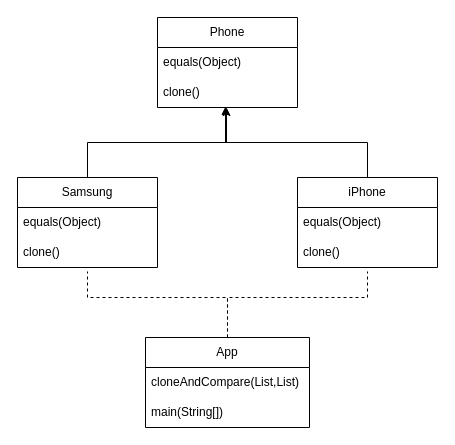
The draw.io diagram src/Generative/Prototype.drawio in NikitaFoshch/UML, before the edit. Source tidied: cells renumbered, new cells numbered last; positions are measured from the earlier drawing's top-left corner, leaving out a move shared by most shapes. Both pictures are drawn from the tidied source at 100%, with x=0, y=0 at pixel (17, 17).
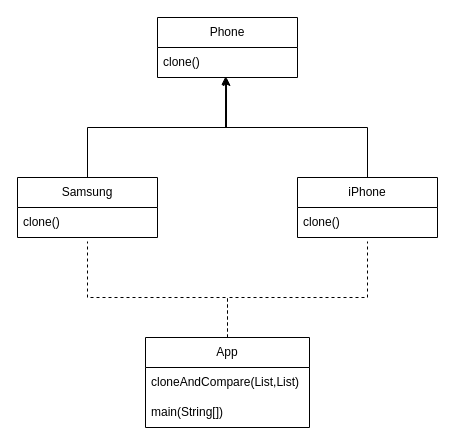
After the change.

The edit, as a diff of the source:
```diff
@@
     <mxCell id="2" value="Phone" style="swimlane;fontStyle=0;horizontal=1;startSize=30;whiteSpace=wrap;html=1;" parent="1" vertex="1">
-      <mxGeometry x="140" width="140" height="90" as="geometry" />
+      <mxGeometry x="140" width="140" height="60" as="geometry" />
     </mxCell>
-    <mxCell id="3" value="equals(Object)" style="text;strokeColor=none;fillColor=none;align=left;verticalAlign=middle;spacingLeft=4;spacingRight=4;overflow=hidden;whiteSpace=wrap;html=1;" parent="2" vertex="1">
-      <mxGeometry y="30" width="140" height="30" as="geometry" />
-    </mxCell>
     <mxCell id="4" value="clone()" style="text;strokeColor=none;fillColor=none;align=left;verticalAlign=middle;spacingLeft=4;spacingRight=4;overflow=hidden;points=[[0,0.5],[1,0.5]];portConstraint=eastwest;whiteSpace=wrap;html=1;" parent="2" vertex="1">
-      <mxGeometry y="60" width="140" height="30" as="geometry" />
+      <mxGeometry y="30" width="140" height="30" as="geometry" />
     </mxCell>
@@
     <mxCell id="6" value="Samsung" style="swimlane;fontStyle=0;horizontal=1;startSize=30;whiteSpace=wrap;html=1;" parent="1" vertex="1">
-      <mxGeometry y="160" width="140" height="90" as="geometry" />
+      <mxGeometry y="160" width="140" height="60" as="geometry" />
     </mxCell>
-    <mxCell id="7" value="equals(Object)" style="text;strokeColor=none;fillColor=none;align=left;verticalAlign=middle;spacingLeft=4;spacingRight=4;overflow=hidden;whiteSpace=wrap;html=1;" parent="6" vertex="1">
-      <mxGeometry y="30" width="140" height="30" as="geometry" />
-    </mxCell>
     <mxCell id="8" value="clone()" style="text;strokeColor=none;fillColor=none;align=left;verticalAlign=middle;spacingLeft=4;spacingRight=4;overflow=hidden;points=[[0,0.5],[1,0.5]];portConstraint=eastwest;whiteSpace=wrap;html=1;" parent="6" vertex="1">
-      <mxGeometry y="60" width="140" height="30" as="geometry" />
+      <mxGeometry y="30" width="140" height="30" as="geometry" />
     </mxCell>
@@
     <mxCell id="10" value="iPhone" style="swimlane;fontStyle=0;horizontal=1;startSize=30;whiteSpace=wrap;html=1;" parent="1" vertex="1">
-      <mxGeometry x="280" y="160" width="140" height="90" as="geometry" />
+      <mxGeometry x="280" y="160" width="140" height="60" as="geometry" />
     </mxCell>
-    <mxCell id="11" value="equals(Object)" style="text;strokeColor=none;fillColor=none;align=left;verticalAlign=middle;spacingLeft=4;spacingRight=4;overflow=hidden;whiteSpace=wrap;html=1;" parent="10" vertex="1">
-      <mxGeometry y="30" width="140" height="30" as="geometry" />
-    </mxCell>
     <mxCell id="12" value="clone()" style="text;strokeColor=none;fillColor=none;align=left;verticalAlign=middle;spacingLeft=4;spacingRight=4;overflow=hidden;points=[[0,0.5],[1,0.5]];portConstraint=eastwest;whiteSpace=wrap;html=1;" parent="10" vertex="1">
-      <mxGeometry y="60" width="140" height="30" as="geometry" />
+      <mxGeometry y="30" width="140" height="30" as="geometry" />
     </mxCell>
```
